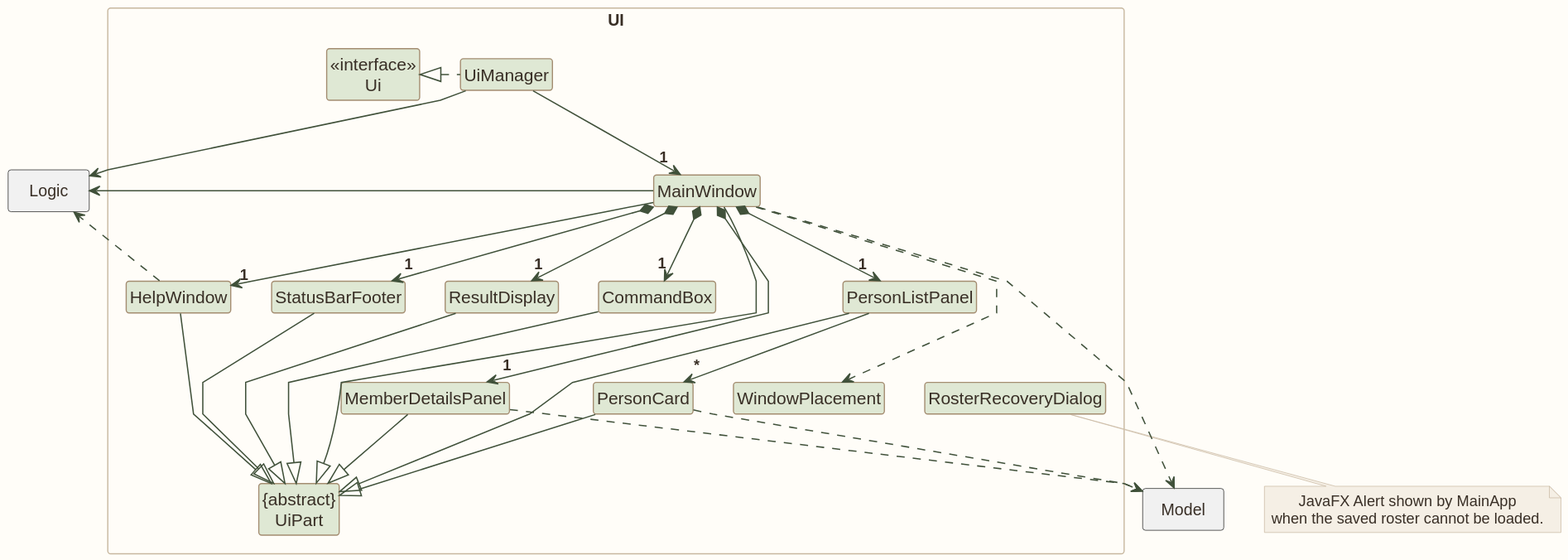
The PlantUML diagram docs/images/UiClassDiagram.svg in AY2627S1-CS2103T-W12-1/tp, before a commit. Source of this version:
```plantuml
@startuml
!include style.puml
skinparam linetype polyline
skinparam arrowThickness 1.1
skinparam arrowColor UI_COLOR_T4
skinparam classBackgroundColor UI_COLOR

package UI <<Rectangle>>{
Class "<<interface>>\nUi" as Ui
Class "{abstract}\nUiPart" as UiPart
Class UiManager
Class MainWindow
Class HelpWindow
Class ResultDisplay
Class PersonListPanel
Class MemberDetailsPanel
Class PersonCard
Class StatusBarFooter
Class CommandBox
Class WindowPlacement
Class RosterRecoveryDialog
}

package Model <<Rectangle>> {
}

package Logic <<Rectangle>> {
}


UiManager .left.|> Ui
UiManager -down-> "1" MainWindow
MainWindow *-down->  "1" CommandBox
MainWindow *-down-> "1" ResultDisplay
MainWindow *-down-> "1" PersonListPanel
MainWindow *-down-> "1" MemberDetailsPanel
MainWindow *-down-> "1" StatusBarFooter
MainWindow --> "1" HelpWindow

PersonListPanel -down-> "*" PersonCard

MainWindow -left-|> UiPart

ResultDisplay --|> UiPart
CommandBox --|> UiPart
PersonListPanel --|> UiPart
MemberDetailsPanel --|> UiPart
PersonCard --|> UiPart
StatusBarFooter --|> UiPart
HelpWindow --|> UiPart

PersonCard ..> Model
MemberDetailsPanel ..> Model
MainWindow ..> WindowPlacement
HelpWindow ..> Logic

note bottom of RosterRecoveryDialog
JavaFX Alert shown by MainApp
when the saved roster cannot be loaded.
end note
UiManager -right-> Logic
MainWindow -left-> Logic
MainWindow ..> Model

PersonListPanel -[hidden]left- HelpWindow
HelpWindow -[hidden]left- CommandBox
CommandBox -[hidden]left- ResultDisplay
ResultDisplay -[hidden]left- StatusBarFooter
PersonCard -[hidden]right- WindowPlacement
WindowPlacement -[hidden]right- RosterRecoveryDialog

MainWindow -[hidden]-|> UiPart
@enduml
```
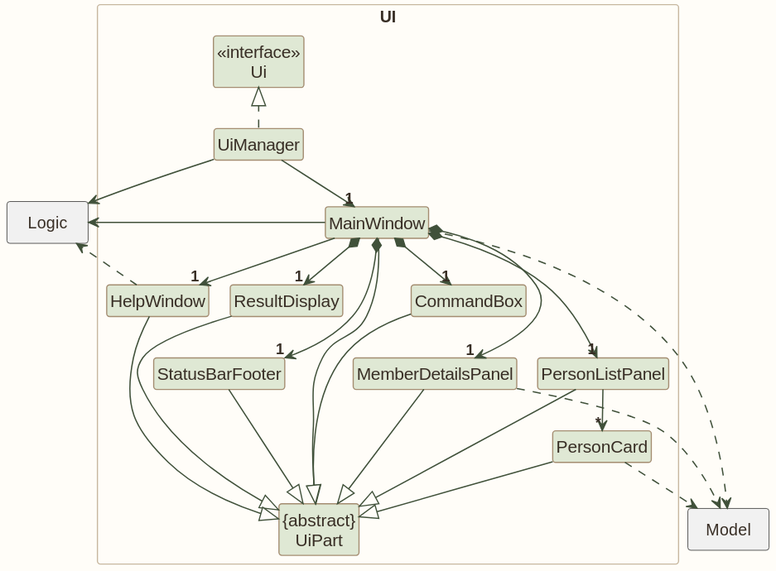
After the commit.

The edit, as a diff of the source:
```diff
@@ -1,6 +1,10 @@
 @startuml
+!pragma layout smetana
 !include style.puml
 skinparam linetype polyline
+skinparam groupInheritance 2
+skinparam nodesep 40
+skinparam ranksep 55
 skinparam arrowThickness 1.1
 skinparam arrowColor UI_COLOR_T4
 skinparam classBackgroundColor UI_COLOR
@@ -17,8 +21,6 @@
 Class PersonCard
 Class StatusBarFooter
 Class CommandBox
-Class WindowPlacement
-Class RosterRecoveryDialog
 }
 
 package Model <<Rectangle>> {
@@ -27,8 +29,7 @@
 package Logic <<Rectangle>> {
 }
 
-
-UiManager .left.|> Ui
+UiManager .up.|> Ui
 UiManager -down-> "1" MainWindow
 MainWindow *-down->  "1" CommandBox
 MainWindow *-down-> "1" ResultDisplay
@@ -39,7 +40,7 @@
 
 PersonListPanel -down-> "*" PersonCard
 
-MainWindow -left-|> UiPart
+MainWindow --|> UiPart
 
 ResultDisplay --|> UiPart
 CommandBox --|> UiPart
@@ -51,23 +52,14 @@
 
 PersonCard ..> Model
 MemberDetailsPanel ..> Model
-MainWindow ..> WindowPlacement
 HelpWindow ..> Logic
-
-note bottom of RosterRecoveryDialog
-JavaFX Alert shown by MainApp
-when the saved roster cannot be loaded.
-end note
 UiManager -right-> Logic
 MainWindow -left-> Logic
 MainWindow ..> Model
 
-PersonListPanel -[hidden]left- HelpWindow
-HelpWindow -[hidden]left- CommandBox
-CommandBox -[hidden]left- ResultDisplay
-ResultDisplay -[hidden]left- StatusBarFooter
-PersonCard -[hidden]right- WindowPlacement
-WindowPlacement -[hidden]right- RosterRecoveryDialog
-
-MainWindow -[hidden]-|> UiPart
+HelpWindow -[hidden]right-> CommandBox
+CommandBox -[hidden]right-> ResultDisplay
+StatusBarFooter -[hidden]right-> MemberDetailsPanel
+MemberDetailsPanel -[hidden]right-> PersonListPanel
+CommandBox -[hidden]down-> MemberDetailsPanel
 @enduml
```
